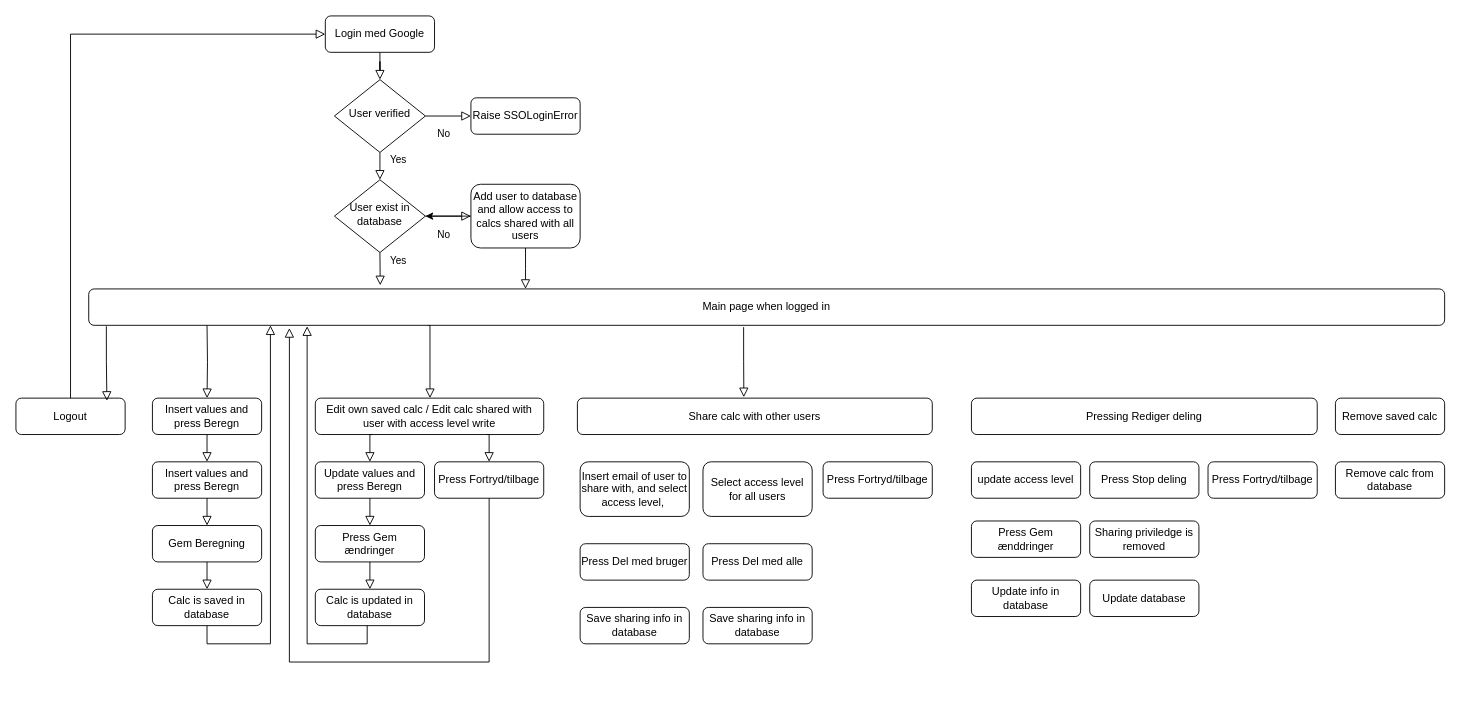
Before: FLowchart.drawio in leaand01/SSDEksamensProjekt, a draw.io diagram. Source tidied: cells renumbered, new cells numbered last; positions are measured from the earlier drawing's top-left corner, leaving out a move shared by most shapes. Both pictures are drawn from the tidied source at 91%, with x=0, y=0 at pixel (15, 15).
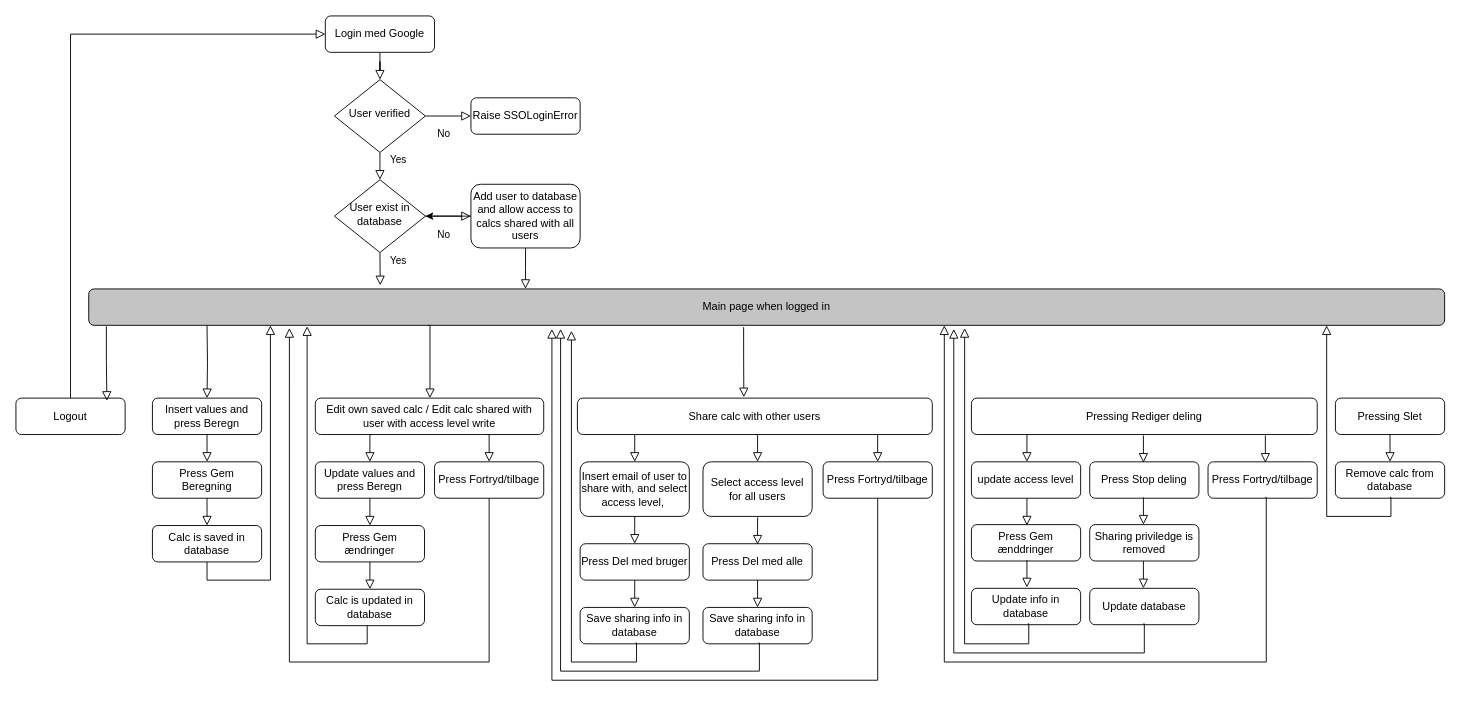
The same page after the edit.

Unchanged cells that the change refers to:
```xml
<mxCell id="10" value="Insert values and press Beregn" style="rounded=1;whiteSpace=wrap;html=1;fontSize=12;glass=0;strokeWidth=1;shadow=0;" parent="1" vertex="1">
  <mxGeometry x="150" y="420" width="120" height="40" as="geometry" />
</mxCell>
<mxCell id="26" value="Share calc with other users" style="rounded=1;whiteSpace=wrap;html=1;fontSize=12;glass=0;strokeWidth=1;shadow=0;" parent="1" vertex="1">
  <mxGeometry x="617" y="420" width="390" height="40" as="geometry" />
</mxCell>
<mxCell id="39" value="Insert email of user to share with, and select access level,&amp;nbsp;" style="rounded=1;whiteSpace=wrap;html=1;fontSize=12;glass=0;strokeWidth=1;shadow=0;" parent="1" vertex="1">
  <mxGeometry x="620" y="490" width="120" height="60" as="geometry" />
</mxCell>
<mxCell id="40" value="Press Del med bruger" style="rounded=1;whiteSpace=wrap;html=1;fontSize=12;glass=0;strokeWidth=1;shadow=0;" parent="1" vertex="1">
  <mxGeometry x="620" y="580" width="120" height="40" as="geometry" />
</mxCell>
<mxCell id="41" value="Select access level for all users" style="rounded=1;whiteSpace=wrap;html=1;fontSize=12;glass=0;strokeWidth=1;shadow=0;" parent="1" vertex="1">
  <mxGeometry x="755" y="490" width="120" height="60" as="geometry" />
</mxCell>
<mxCell id="43" value="Press Fortryd/tilbage" style="rounded=1;whiteSpace=wrap;html=1;fontSize=12;glass=0;strokeWidth=1;shadow=0;" parent="1" vertex="1">
  <mxGeometry x="887" y="490" width="120" height="40" as="geometry" />
</mxCell>
<mxCell id="44" value="Save sharing info in database" style="rounded=1;whiteSpace=wrap;html=1;fontSize=12;glass=0;strokeWidth=1;shadow=0;" parent="1" vertex="1">
  <mxGeometry x="620" y="650" width="120" height="40" as="geometry" />
</mxCell>
```

Diff of the diagram source:
```diff
@@
-    <mxCell id="12" value="Main page when logged in" style="rounded=1;whiteSpace=wrap;html=1;fontSize=12;glass=0;strokeWidth=1;shadow=0;" parent="1" vertex="1">
+    <mxCell id="12" value="Main page when logged in" style="rounded=1;whiteSpace=wrap;html=1;fontSize=12;glass=0;strokeWidth=1;shadow=0;fillColor=#C4C4C4;" parent="1" vertex="1">
       <mxGeometry x="80" y="300" width="1490" height="40" as="geometry" />
     </mxCell>
@@
-    <mxCell id="15" value="Insert values and press Beregn" style="rounded=1;whiteSpace=wrap;html=1;fontSize=12;glass=0;strokeWidth=1;shadow=0;" parent="1" vertex="1">
-      <mxGeometry x="150" y="490" width="120" height="40" as="geometry" />
-    </mxCell>
-    <mxCell id="16" style="rounded=0;html=1;jettySize=auto;fontSize=11;endArrow=block;endFill=0;endSize=8;strokeWidth=1;shadow=0;labelBackgroundColor=none;edgeStyle=orthogonalEdgeStyle;exitX=0.5;exitY=1;exitDx=0;exitDy=0;entryX=0.5;entryY=0;entryDx=0;entryDy=0;" parent="1" edge="1" source="10" target="15">
-      <mxGeometry x="0.33" y="20" relative="1" as="geometry" />
+    <mxCell id="16" style="rounded=0;html=1;jettySize=auto;fontSize=11;endArrow=block;endFill=0;endSize=8;strokeWidth=1;shadow=0;labelBackgroundColor=none;edgeStyle=orthogonalEdgeStyle;exitX=0.5;exitY=1;exitDx=0;exitDy=0;entryX=0.5;entryY=0;entryDx=0;entryDy=0;" parent="1" edge="1" source="10">
+      <mxGeometry x="0.33" y="20" relative="1" as="geometry">
+        <mxPoint x="210" y="490" as="targetPoint" />
+      </mxGeometry>
     </mxCell>
-    <mxCell id="17" value="Gem Beregning" style="rounded=1;whiteSpace=wrap;html=1;fontSize=12;glass=0;strokeWidth=1;shadow=0;" parent="1" vertex="1">
-      <mxGeometry x="150" y="560" width="120" height="40" as="geometry" />
+    <mxCell id="17" value="Press Gem Beregning" style="rounded=1;whiteSpace=wrap;html=1;fontSize=12;glass=0;strokeWidth=1;shadow=0;" parent="1" vertex="1">
+      <mxGeometry x="150" y="490" width="120" height="40" as="geometry" />
     </mxCell>
-    <mxCell id="18" style="rounded=0;html=1;jettySize=auto;fontSize=11;endArrow=block;endFill=0;endSize=8;strokeWidth=1;shadow=0;labelBackgroundColor=none;edgeStyle=orthogonalEdgeStyle;entryX=0.5;entryY=0;entryDx=0;entryDy=0;" parent="1" edge="1" target="17">
-      <mxGeometry x="0.33" y="20" relative="1" as="geometry">
-        <mxPoint x="210" y="530" as="sourcePoint" />
-      </mxGeometry>
-    </mxCell>
     <mxCell id="19" value="Calc is saved in database" style="rounded=1;whiteSpace=wrap;html=1;fontSize=12;glass=0;strokeWidth=1;shadow=0;" parent="1" vertex="1">
-      <mxGeometry x="150" y="630" width="120" height="40" as="geometry" />
+      <mxGeometry x="150" y="560" width="120" height="40" as="geometry" />
     </mxCell>
     <mxCell id="20" style="rounded=0;html=1;jettySize=auto;fontSize=11;endArrow=block;endFill=0;endSize=8;strokeWidth=1;shadow=0;labelBackgroundColor=none;edgeStyle=orthogonalEdgeStyle;entryX=0.5;entryY=0;entryDx=0;entryDy=0;" parent="1" edge="1" target="19">
       <mxGeometry x="0.33" y="20" relative="1" as="geometry">
-        <mxPoint x="210" y="600" as="sourcePoint" />
+        <mxPoint x="210" y="530" as="sourcePoint" />
       </mxGeometry>
     </mxCell>
@@
     <mxCell id="33" style="rounded=0;html=1;jettySize=auto;fontSize=11;endArrow=block;endFill=0;endSize=8;strokeWidth=1;shadow=0;labelBackgroundColor=none;edgeStyle=orthogonalEdgeStyle;exitX=0.5;exitY=1;exitDx=0;exitDy=0;entryX=0.134;entryY=1;entryDx=0;entryDy=0;entryPerimeter=0;" parent="1" edge="1" source="19" target="12">
       <mxGeometry x="0.33" y="20" relative="1" as="geometry">
         <Array as="points">
-          <mxPoint x="210" y="690" />
-          <mxPoint x="280" y="690" />
+          <mxPoint x="210" y="620" />
+          <mxPoint x="280" y="620" />
         </Array>
       </mxGeometry>
     </mxCell>
@@
     <mxCell id="49" value="Press Gem ænddringer" style="rounded=1;whiteSpace=wrap;html=1;fontSize=12;glass=0;strokeWidth=1;shadow=0;" parent="1" vertex="1">
-      <mxGeometry x="1050" y="555" width="120" height="40" as="geometry" />
+      <mxGeometry x="1050" y="559" width="120" height="40" as="geometry" />
     </mxCell>
@@
     <mxCell id="51" value="Update info in database" style="rounded=1;whiteSpace=wrap;html=1;fontSize=12;glass=0;strokeWidth=1;shadow=0;" parent="1" vertex="1">
-      <mxGeometry x="1050" y="620" width="120" height="40" as="geometry" />
+      <mxGeometry x="1050" y="629" width="120" height="40" as="geometry" />
     </mxCell>
     <mxCell id="52" value="Update database" style="rounded=1;whiteSpace=wrap;html=1;fontSize=12;glass=0;strokeWidth=1;shadow=0;" parent="1" vertex="1">
-      <mxGeometry x="1180" y="620" width="120" height="40" as="geometry" />
+      <mxGeometry x="1180" y="629" width="120" height="40" as="geometry" />
     </mxCell>
     <mxCell id="53" value="Sharing priviledge is removed" style="rounded=1;whiteSpace=wrap;html=1;fontSize=12;glass=0;strokeWidth=1;shadow=0;" parent="1" vertex="1">
-      <mxGeometry x="1180" y="555" width="120" height="40" as="geometry" />
+      <mxGeometry x="1180" y="559" width="120" height="40" as="geometry" />
     </mxCell>
-    <mxCell id="54" value="Remove saved calc" style="rounded=1;whiteSpace=wrap;html=1;fontSize=12;glass=0;strokeWidth=1;shadow=0;" parent="1" vertex="1">
+    <mxCell id="54" value="Pressing Slet" style="rounded=1;whiteSpace=wrap;html=1;fontSize=12;glass=0;strokeWidth=1;shadow=0;" parent="1" vertex="1">
       <mxGeometry x="1450" y="420" width="120" height="40" as="geometry" />
     </mxCell>
@@
+    <mxCell id="58" style="rounded=0;html=1;jettySize=auto;fontSize=11;endArrow=block;endFill=0;endSize=8;strokeWidth=1;shadow=0;labelBackgroundColor=none;edgeStyle=orthogonalEdgeStyle;entryX=0.5;entryY=0;entryDx=0;entryDy=0;" parent="1" edge="1" target="39">
+      <mxGeometry x="-0.5" y="20" relative="1" as="geometry">
+        <mxPoint x="680" y="460" as="sourcePoint" />
+      </mxGeometry>
+    </mxCell>
+    <mxCell id="59" style="rounded=0;html=1;jettySize=auto;fontSize=11;endArrow=block;endFill=0;endSize=8;strokeWidth=1;shadow=0;labelBackgroundColor=none;edgeStyle=orthogonalEdgeStyle;entryX=0.5;entryY=0;entryDx=0;entryDy=0;exitX=0.5;exitY=1;exitDx=0;exitDy=0;" parent="1" edge="1" source="26" target="41">
+      <mxGeometry x="-0.5" y="20" relative="1" as="geometry" />
+    </mxCell>
+    <mxCell id="60" style="rounded=0;html=1;jettySize=auto;fontSize=11;endArrow=block;endFill=0;endSize=8;strokeWidth=1;shadow=0;labelBackgroundColor=none;edgeStyle=orthogonalEdgeStyle;entryX=0.5;entryY=0;entryDx=0;entryDy=0;exitX=0.846;exitY=1;exitDx=0;exitDy=0;exitPerimeter=0;" parent="1" edge="1" source="26" target="43">
+      <mxGeometry x="-0.5" y="20" relative="1" as="geometry" />
+    </mxCell>
+    <mxCell id="61" style="rounded=0;html=1;jettySize=auto;fontSize=11;endArrow=block;endFill=0;endSize=8;strokeWidth=1;shadow=0;labelBackgroundColor=none;edgeStyle=orthogonalEdgeStyle;entryX=0.5;entryY=0;entryDx=0;entryDy=0;" parent="1" edge="1" target="40">
+      <mxGeometry x="-0.5" y="20" relative="1" as="geometry">
+        <mxPoint x="680" y="550" as="sourcePoint" />
+      </mxGeometry>
+    </mxCell>
+    <mxCell id="62" style="rounded=0;html=1;jettySize=auto;fontSize=11;endArrow=block;endFill=0;endSize=8;strokeWidth=1;shadow=0;labelBackgroundColor=none;edgeStyle=orthogonalEdgeStyle;entryX=0.5;entryY=0;entryDx=0;entryDy=0;exitX=0.5;exitY=1;exitDx=0;exitDy=0;" parent="1" edge="1" source="40" target="44">
+      <mxGeometry x="-0.5" y="20" relative="1" as="geometry" />
+    </mxCell>
+    <mxCell id="63" style="rounded=0;html=1;jettySize=auto;orthogonalLoop=1;fontSize=11;endArrow=block;endFill=0;endSize=8;strokeWidth=1;shadow=0;labelBackgroundColor=none;edgeStyle=orthogonalEdgeStyle;entryX=0.5;entryY=0;entryDx=0;entryDy=0;" parent="1" edge="1">
+      <mxGeometry x="-0.5" y="20" relative="1" as="geometry">
+        <mxPoint x="815" y="551" as="sourcePoint" />
+        <mxPoint x="815" y="581" as="targetPoint" />
+      </mxGeometry>
+    </mxCell>
+    <mxCell id="64" style="rounded=0;html=1;jettySize=auto;orthogonalLoop=1;fontSize=11;endArrow=block;endFill=0;endSize=8;strokeWidth=1;shadow=0;labelBackgroundColor=none;edgeStyle=orthogonalEdgeStyle;entryX=0.5;entryY=0;entryDx=0;entryDy=0;" parent="1" edge="1">
+      <mxGeometry x="-0.5" y="20" relative="1" as="geometry">
+        <mxPoint x="815" y="620" as="sourcePoint" />
+        <mxPoint x="815" y="650" as="targetPoint" />
+      </mxGeometry>
+    </mxCell>
+    <mxCell id="65" style="rounded=0;html=1;jettySize=auto;orthogonalLoop=1;fontSize=11;endArrow=block;endFill=0;endSize=8;strokeWidth=1;shadow=0;labelBackgroundColor=none;edgeStyle=orthogonalEdgeStyle;entryX=0.5;entryY=0;entryDx=0;entryDy=0;" parent="1" edge="1">
+      <mxGeometry x="-0.5" y="20" relative="1" as="geometry">
+        <mxPoint x="1111" y="598" as="sourcePoint" />
+        <mxPoint x="1111" y="628" as="targetPoint" />
+      </mxGeometry>
+    </mxCell>
+    <mxCell id="66" style="rounded=0;html=1;jettySize=auto;orthogonalLoop=1;fontSize=11;endArrow=block;endFill=0;endSize=8;strokeWidth=1;shadow=0;labelBackgroundColor=none;edgeStyle=orthogonalEdgeStyle;entryX=0.5;entryY=0;entryDx=0;entryDy=0;" parent="1" edge="1">
+      <mxGeometry x="-0.5" y="20" relative="1" as="geometry">
+        <mxPoint x="1239" y="599" as="sourcePoint" />
+        <mxPoint x="1239" y="629" as="targetPoint" />
+      </mxGeometry>
+    </mxCell>
+    <mxCell id="67" style="rounded=0;html=1;jettySize=auto;orthogonalLoop=1;fontSize=11;endArrow=block;endFill=0;endSize=8;strokeWidth=1;shadow=0;labelBackgroundColor=none;edgeStyle=orthogonalEdgeStyle;entryX=0.5;entryY=0;entryDx=0;entryDy=0;" parent="1" edge="1">
+      <mxGeometry x="-0.5" y="20" relative="1" as="geometry">
+        <mxPoint x="1111" y="530" as="sourcePoint" />
+        <mxPoint x="1111" y="560" as="targetPoint" />
+      </mxGeometry>
+    </mxCell>
+    <mxCell id="68" style="rounded=0;html=1;jettySize=auto;orthogonalLoop=1;fontSize=11;endArrow=block;endFill=0;endSize=8;strokeWidth=1;shadow=0;labelBackgroundColor=none;edgeStyle=orthogonalEdgeStyle;entryX=0.5;entryY=0;entryDx=0;entryDy=0;" parent="1" edge="1">
+      <mxGeometry x="-0.5" y="20" relative="1" as="geometry">
+        <mxPoint x="1239" y="529" as="sourcePoint" />
+        <mxPoint x="1239" y="559" as="targetPoint" />
+      </mxGeometry>
+    </mxCell>
+    <mxCell id="69" style="rounded=0;html=1;jettySize=auto;orthogonalLoop=1;fontSize=11;endArrow=block;endFill=0;endSize=8;strokeWidth=1;shadow=0;labelBackgroundColor=none;edgeStyle=orthogonalEdgeStyle;entryX=0.5;entryY=0;entryDx=0;entryDy=0;" parent="1" edge="1">
+      <mxGeometry x="-0.5" y="20" relative="1" as="geometry">
+        <mxPoint x="1373" y="461" as="sourcePoint" />
+        <mxPoint x="1373" y="491" as="targetPoint" />
+      </mxGeometry>
+    </mxCell>
+    <mxCell id="70" style="rounded=0;html=1;jettySize=auto;orthogonalLoop=1;fontSize=11;endArrow=block;endFill=0;endSize=8;strokeWidth=1;shadow=0;labelBackgroundColor=none;edgeStyle=orthogonalEdgeStyle;entryX=0.5;entryY=0;entryDx=0;entryDy=0;" parent="1" edge="1">
+      <mxGeometry x="-0.5" y="20" relative="1" as="geometry">
+        <mxPoint x="1111" y="460" as="sourcePoint" />
+        <mxPoint x="1111" y="490" as="targetPoint" />
+      </mxGeometry>
+    </mxCell>
+    <mxCell id="71" style="rounded=0;html=1;jettySize=auto;orthogonalLoop=1;fontSize=11;endArrow=block;endFill=0;endSize=8;strokeWidth=1;shadow=0;labelBackgroundColor=none;edgeStyle=orthogonalEdgeStyle;entryX=0.5;entryY=0;entryDx=0;entryDy=0;" parent="1" edge="1">
+      <mxGeometry x="-0.5" y="20" relative="1" as="geometry">
+        <mxPoint x="1239" y="461" as="sourcePoint" />
+        <mxPoint x="1239" y="491" as="targetPoint" />
+      </mxGeometry>
+    </mxCell>
+    <mxCell id="72" style="rounded=0;html=1;jettySize=auto;orthogonalLoop=1;fontSize=11;endArrow=block;endFill=0;endSize=8;strokeWidth=1;shadow=0;labelBackgroundColor=none;edgeStyle=orthogonalEdgeStyle;entryX=0.5;entryY=0;entryDx=0;entryDy=0;" parent="1" edge="1">
+      <mxGeometry x="-0.5" y="20" relative="1" as="geometry">
+        <mxPoint x="1510" y="460" as="sourcePoint" />
+        <mxPoint x="1510" y="490" as="targetPoint" />
+      </mxGeometry>
+    </mxCell>
+    <mxCell id="73" style="rounded=0;html=1;jettySize=auto;fontSize=11;endArrow=block;endFill=0;endSize=8;strokeWidth=1;shadow=0;labelBackgroundColor=none;edgeStyle=orthogonalEdgeStyle;entryX=0.356;entryY=1.15;entryDx=0;entryDy=0;entryPerimeter=0;" parent="1" edge="1" target="12">
+      <mxGeometry x="-0.5" y="20" relative="1" as="geometry">
+        <mxPoint x="681" y="689" as="sourcePoint" />
+        <Array as="points">
+          <mxPoint x="682" y="689" />
+          <mxPoint x="682" y="710" />
+          <mxPoint x="610" y="710" />
+        </Array>
+      </mxGeometry>
+    </mxCell>
+    <mxCell id="74" style="rounded=0;html=1;jettySize=auto;fontSize=11;endArrow=block;endFill=0;endSize=8;strokeWidth=1;shadow=0;labelBackgroundColor=none;edgeStyle=orthogonalEdgeStyle;entryX=0.348;entryY=1.1;entryDx=0;entryDy=0;entryPerimeter=0;" parent="1" edge="1" target="12">
+      <mxGeometry x="-0.5" y="20" relative="1" as="geometry">
+        <mxPoint x="816" y="689" as="sourcePoint" />
+        <Array as="points">
+          <mxPoint x="817" y="689" />
+          <mxPoint x="817" y="720" />
+          <mxPoint x="599" y="720" />
+        </Array>
+      </mxGeometry>
+    </mxCell>
+    <mxCell id="75" style="rounded=0;html=1;jettySize=auto;fontSize=11;endArrow=block;endFill=0;endSize=8;strokeWidth=1;shadow=0;labelBackgroundColor=none;edgeStyle=orthogonalEdgeStyle;entryX=0.646;entryY=1.075;entryDx=0;entryDy=0;entryPerimeter=0;" parent="1" edge="1" target="12">
+      <mxGeometry x="-0.5" y="20" relative="1" as="geometry">
+        <mxPoint x="1112" y="668" as="sourcePoint" />
+        <Array as="points">
+          <mxPoint x="1113" y="668" />
+          <mxPoint x="1113" y="690" />
+          <mxPoint x="1043" y="690" />
+        </Array>
+      </mxGeometry>
+    </mxCell>
+    <mxCell id="76" style="rounded=0;html=1;jettySize=auto;fontSize=11;endArrow=block;endFill=0;endSize=8;strokeWidth=1;shadow=0;labelBackgroundColor=none;edgeStyle=orthogonalEdgeStyle;entryX=0.638;entryY=1.1;entryDx=0;entryDy=0;entryPerimeter=0;" parent="1" edge="1" target="12">
+      <mxGeometry x="-0.5" y="20" relative="1" as="geometry">
+        <mxPoint x="1239" y="668" as="sourcePoint" />
+        <Array as="points">
+          <mxPoint x="1240" y="668" />
+          <mxPoint x="1240" y="700" />
+          <mxPoint x="1031" y="700" />
+        </Array>
+      </mxGeometry>
+    </mxCell>
+    <mxCell id="77" style="rounded=0;html=1;jettySize=auto;fontSize=11;endArrow=block;endFill=0;endSize=8;strokeWidth=1;shadow=0;labelBackgroundColor=none;edgeStyle=orthogonalEdgeStyle;entryX=0.631;entryY=1;entryDx=0;entryDy=0;entryPerimeter=0;" parent="1" edge="1" target="12">
+      <mxGeometry x="-0.5" y="20" relative="1" as="geometry">
+        <mxPoint x="1373" y="529" as="sourcePoint" />
+        <Array as="points">
+          <mxPoint x="1374" y="529" />
+          <mxPoint x="1374" y="710" />
+          <mxPoint x="1020" y="710" />
+        </Array>
+      </mxGeometry>
+    </mxCell>
+    <mxCell id="78" style="rounded=0;html=1;jettySize=auto;fontSize=11;endArrow=block;endFill=0;endSize=8;strokeWidth=1;shadow=0;labelBackgroundColor=none;edgeStyle=orthogonalEdgeStyle;entryX=0.913;entryY=1;entryDx=0;entryDy=0;entryPerimeter=0;" parent="1" edge="1" target="12">
+      <mxGeometry x="-0.5" y="20" relative="1" as="geometry">
+        <mxPoint x="1510" y="529" as="sourcePoint" />
+        <Array as="points">
+          <mxPoint x="1511" y="529" />
+          <mxPoint x="1511" y="550" />
+          <mxPoint x="1440" y="550" />
+        </Array>
+      </mxGeometry>
+    </mxCell>
+    <mxCell id="79" style="rounded=0;html=1;jettySize=auto;fontSize=11;endArrow=block;endFill=0;endSize=8;strokeWidth=1;shadow=0;labelBackgroundColor=none;edgeStyle=orthogonalEdgeStyle;entryX=0.348;entryY=1.1;entryDx=0;entryDy=0;entryPerimeter=0;exitX=0.5;exitY=1;exitDx=0;exitDy=0;" parent="1" edge="1" source="43">
+      <mxGeometry x="-0.5" y="20" relative="1" as="geometry">
+        <mxPoint x="589" y="344" as="targetPoint" />
+        <Array as="points">
+          <mxPoint x="947" y="730" />
+          <mxPoint x="589" y="730" />
+        </Array>
+      </mxGeometry>
+    </mxCell>
```
